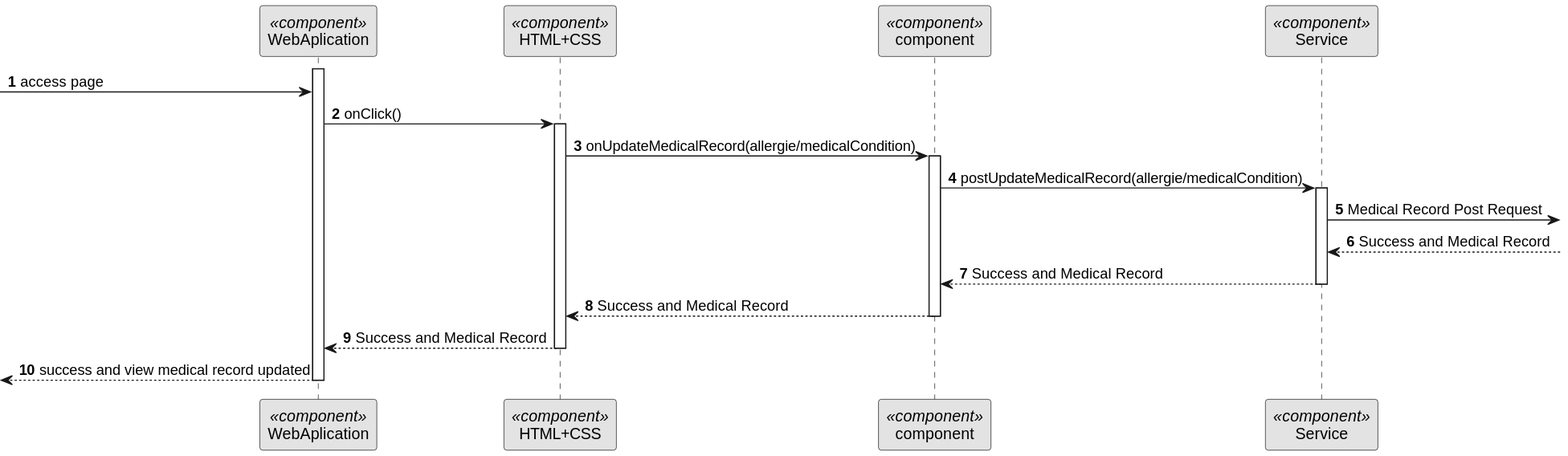
Ana-Miguel-Silva/SurgicalAppointmentAndResourceManagement keeps this PlantUML diagram as docs/BackofficeModule/7.2.6/sequence-diagram-3.svg. Above is the earlier version. Source of this version:
```plantuml
@startuml
skinparam monochrome true
skinparam packageStyle rectangle
skinparam shadowing false

autonumber

participant "WebAplication" as FE <<component>>
participant "HTML+CSS" as HT <<component>>
participant "component" as CM <<component>>
participant "Service" as SERV <<component>>


activate FE
-> FE: access page

FE -> HT : onClick()
activate HT


HT -> CM : onUpdateMedicalRecord(allergie/medicalCondition)

activate CM

CM -> SERV : postUpdateMedicalRecord(allergie/medicalCondition)

 activate SERV

  SERV -> : Medical Record Post Request

 SERV <-- : Success and Medical Record

SERV --> CM : Success and Medical Record


deactivate SERV

CM --> HT : Success and Medical Record
deactivate CM



HT --> FE : Success and Medical Record
deactivate HT

<--- FE : success and view medical record updated

deactivate FE
@enduml
```
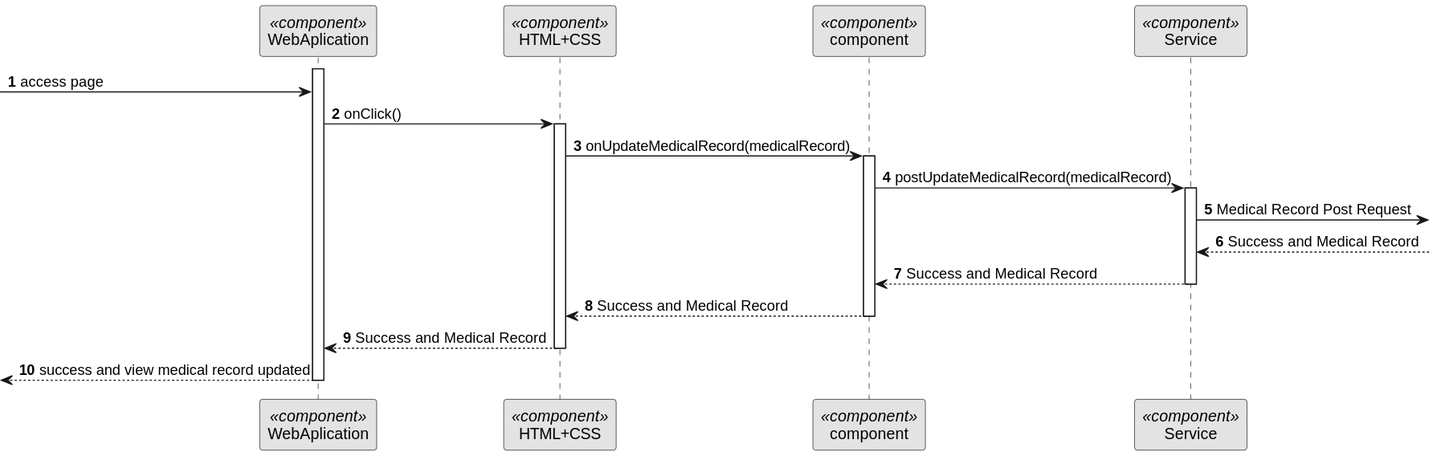
The same diagram one commit later.

What changed in the source:
```diff
@@ -18,11 +18,11 @@
 activate HT
 
 
-HT -> CM : onUpdateMedicalRecord(allergie/medicalCondition)
+HT -> CM : onUpdateMedicalRecord(medicalRecord)
 
 activate CM
 
-CM -> SERV : postUpdateMedicalRecord(allergie/medicalCondition)
+CM -> SERV : postUpdateMedicalRecord(medicalRecord)
 
  activate SERV
 
```
